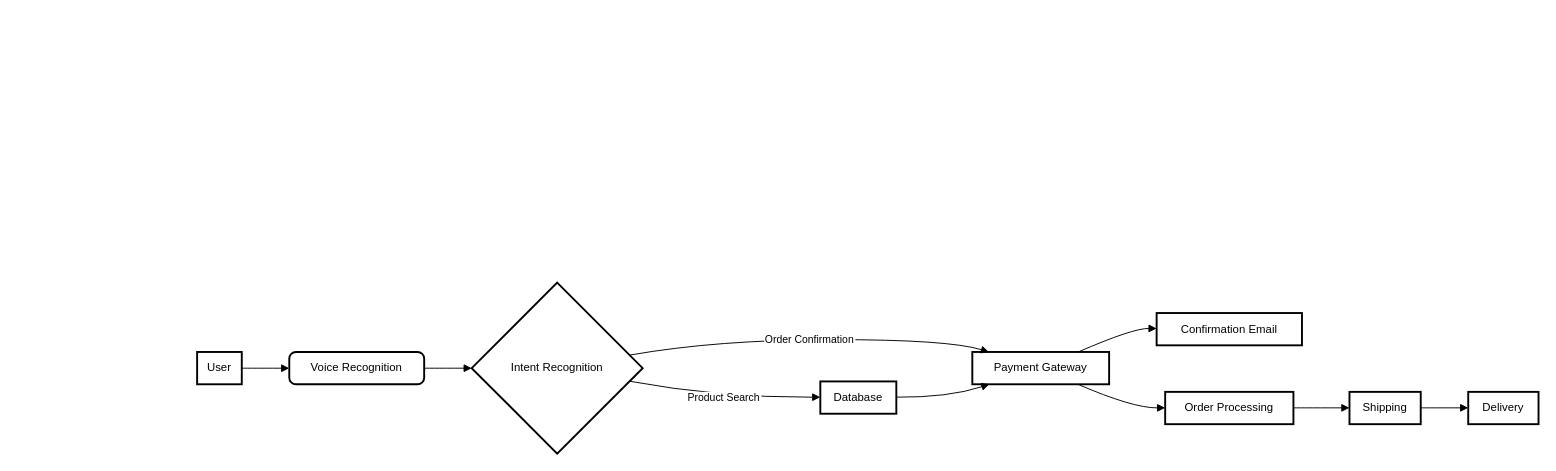
Above: Untitled Diagram.drawio in shpatrickguo/side-projects (draw.io), before the change. Source tidied: cells renumbered, new cells numbered last; positions are measured from the earlier drawing's top-left corner, leaving out a move shared by most shapes. Both pictures are drawn from the tidied source at 95%, with x=0, y=0 at pixel (197, 282).
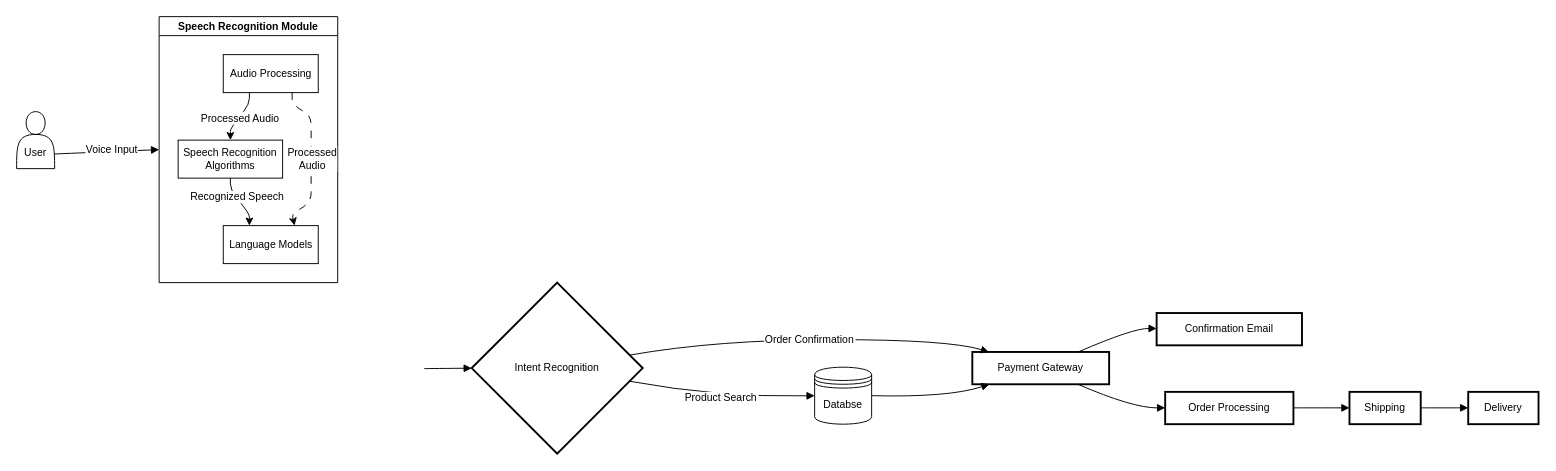
Above is the later version.

Change to the diagram source:
```diff
@@
-    <mxCell id="2" value="User" style="whiteSpace=wrap;strokeWidth=2;" parent="1" vertex="1">
-      <mxGeometry y="73" width="47" height="34" as="geometry" />
-    </mxCell>
-    <mxCell id="3" value="Voice Recognition" style="rounded=1;absoluteArcSize=1;arcSize=14;whiteSpace=wrap;strokeWidth=2;" parent="1" vertex="1">
-      <mxGeometry x="97" y="73" width="142" height="34" as="geometry" />
-    </mxCell>
-    <mxCell id="4" value="Intent Recognition" style="rhombus;strokeWidth=2;whiteSpace=wrap;" parent="1" vertex="1">
+    <mxCell id="4" value="Intent Recognition" style="rhombus;strokeWidth=2;whiteSpace=wrap;fontSize=11;" parent="1" vertex="1">
       <mxGeometry x="289" width="180" height="180" as="geometry" />
     </mxCell>
-    <mxCell id="5" value="Database" style="whiteSpace=wrap;strokeWidth=2;" parent="1" vertex="1">
-      <mxGeometry x="656" y="104" width="80" height="34" as="geometry" />
-    </mxCell>
-    <mxCell id="6" value="Payment Gateway" style="whiteSpace=wrap;strokeWidth=2;" parent="1" vertex="1">
+    <mxCell id="6" value="Payment Gateway" style="whiteSpace=wrap;strokeWidth=2;fontSize=11;" parent="1" vertex="1">
       <mxGeometry x="816" y="73" width="144" height="34" as="geometry" />
     </mxCell>
-    <mxCell id="7" value="Confirmation Email" style="whiteSpace=wrap;strokeWidth=2;" parent="1" vertex="1">
+    <mxCell id="7" value="Confirmation Email" style="whiteSpace=wrap;strokeWidth=2;fontSize=11;" parent="1" vertex="1">
       <mxGeometry x="1010" y="32" width="153" height="34" as="geometry" />
     </mxCell>
-    <mxCell id="8" value="Order Processing" style="whiteSpace=wrap;strokeWidth=2;" parent="1" vertex="1">
+    <mxCell id="8" value="Order Processing" style="whiteSpace=wrap;strokeWidth=2;fontSize=11;" parent="1" vertex="1">
       <mxGeometry x="1019" y="115" width="135" height="34" as="geometry" />
     </mxCell>
-    <mxCell id="9" value="Shipping" style="whiteSpace=wrap;strokeWidth=2;" parent="1" vertex="1">
+    <mxCell id="9" value="Shipping" style="whiteSpace=wrap;strokeWidth=2;fontSize=11;" parent="1" vertex="1">
       <mxGeometry x="1213" y="115" width="75" height="34" as="geometry" />
     </mxCell>
-    <mxCell id="10" value="Delivery" style="whiteSpace=wrap;strokeWidth=2;" parent="1" vertex="1">
+    <mxCell id="10" value="Delivery" style="whiteSpace=wrap;strokeWidth=2;fontSize=11;" parent="1" vertex="1">
       <mxGeometry x="1338" y="115" width="74" height="34" as="geometry" />
     </mxCell>
-    <mxCell id="11" style="curved=1;startArrow=none;endArrow=block;exitX=1.0016622340425532;exitY=0.5020680147058824;entryX=0.0005501760563380282;entryY=0.5020680147058824;" parent="1" edge="1" source="2" target="3">
+    <mxCell id="11" style="curved=1;startArrow=none;endArrow=block;exitX=0.75;exitY=0.75;exitDx=0;exitDy=0;exitPerimeter=0;fontSize=11;entryX=0;entryY=0.5;entryDx=0;entryDy=0;" parent="1" edge="1" source="2" target="22">
       <mxGeometry relative="1" as="geometry" />
     </mxCell>
+    <mxCell id="20" value="Voice Input" style="edgeLabel;html=1;align=center;verticalAlign=middle;fontSize=11;" parent="11" vertex="1">
+      <mxGeometry x="0.3" y="4" relative="1" as="geometry">
+        <mxPoint x="-8" y="2" as="offset" />
+      </mxGeometry>
+    </mxCell>
-    <mxCell id="12" style="curved=1;startArrow=none;endArrow=block;exitX=1.0002200704225352;exitY=0.5020680147058824;entryX=0.00017361111111111112;entryY=0.500390625;" parent="1" edge="1" source="3" target="4">
-      <mxGeometry relative="1" as="geometry" />
+    <mxCell id="12" style="curved=1;startArrow=none;endArrow=block;exitX=1.0002200704225352;exitY=0.5020680147058824;entryX=0.00017361111111111112;entryY=0.500390625;fontSize=11;" parent="1" edge="1" target="4">
+      <mxGeometry relative="1" as="geometry">
+        <mxPoint x="239" y="90.5" as="sourcePoint" />
+      </mxGeometry>
     </mxCell>
-    <mxCell id="13" value="Product Search" style="curved=1;startArrow=none;endArrow=block;exitX=1.0009548611111112;exitY=0.590812759277581;entryX=-0.0005859375;entryY=0.4873621323529412;" parent="1" edge="1" source="4" target="5">
+    <mxCell id="13" value="Product Search" style="curved=1;startArrow=none;endArrow=block;exitX=1.0009548611111112;exitY=0.590812759277581;entryX=0;entryY=0.5;entryDx=0;entryDy=0;fontSize=11;" parent="1" edge="1" source="4" target="21">
       <mxGeometry relative="1" as="geometry">
         <Array as="points">
           <mxPoint x="548" y="121" />
         </Array>
       </mxGeometry>
     </mxCell>
-    <mxCell id="14" value="Order Confirmation" style="curved=1;startArrow=none;endArrow=block;exitX=1.0009548611111112;exitY=0.409968490722419;entryX=0.12864320959984038;entryY=0.00942095588235294;" parent="1" edge="1" source="4" target="6">
+    <mxCell id="14" value="Order Confirmation" style="curved=1;startArrow=none;endArrow=block;exitX=1.0009548611111112;exitY=0.409968490722419;entryX=0.12864320959984038;entryY=0.00942095588235294;fontSize=11;" parent="1" edge="1" source="4" target="6">
       <mxGeometry relative="1" as="geometry">
         <Array as="points">
           <mxPoint x="548" y="60" />
           <mxPoint x="791" y="60" />
         </Array>
       </mxGeometry>
     </mxCell>
-    <mxCell id="15" style="curved=1;startArrow=none;endArrow=block;exitX=1.00556640625;exitY=0.4873621323529412;entryX=0.12864320959984038;entryY=0.9947150735294118;" parent="1" edge="1" source="5" target="6">
+    <mxCell id="15" style="curved=1;startArrow=none;endArrow=block;exitX=1;exitY=0.5;entryX=0.12864320959984038;entryY=0.9947150735294118;exitDx=0;exitDy=0;fontSize=11;" parent="1" edge="1" source="21" target="6">
       <mxGeometry relative="1" as="geometry">
         <Array as="points">
           <mxPoint x="791" y="121" />
         </Array>
       </mxGeometry>
     </mxCell>
-    <mxCell id="16" style="curved=1;startArrow=none;endArrow=block;exitX=0.7688025641425484;exitY=0.00942095588235294;entryX=-0.0013786764705882354;entryY=0.48000919117647056;" parent="1" edge="1" source="6" target="7">
+    <mxCell id="16" style="curved=1;startArrow=none;endArrow=block;exitX=0.7688025641425484;exitY=0.00942095588235294;entryX=-0.0013786764705882354;entryY=0.48000919117647056;fontSize=11;" parent="1" edge="1" source="6" target="7">
       <mxGeometry relative="1" as="geometry">
         <Array as="points">
           <mxPoint x="985" y="48" />
         </Array>
       </mxGeometry>
     </mxCell>
-    <mxCell id="17" style="curved=1;startArrow=none;endArrow=block;exitX=0.7688025641425484;exitY=0.9947150735294118;entryX=-0.0005208333333333333;entryY=0.49471507352941174;" parent="1" edge="1" source="6" target="8">
+    <mxCell id="17" style="curved=1;startArrow=none;endArrow=block;exitX=0.7688025641425484;exitY=0.9947150735294118;entryX=-0.0005208333333333333;entryY=0.49471507352941174;fontSize=11;" parent="1" edge="1" source="6" target="8">
       <mxGeometry relative="1" as="geometry">
         <Array as="points">
           <mxPoint x="985" y="132" />
         </Array>
       </mxGeometry>
     </mxCell>
-    <mxCell id="18" style="curved=1;startArrow=none;endArrow=block;exitX=0.9964699074074074;exitY=0.49471507352941174;entryX=-0.004479166666666667;entryY=0.49471507352941174;" parent="1" edge="1" source="8" target="9">
+    <mxCell id="18" style="curved=1;startArrow=none;endArrow=block;exitX=0.9964699074074074;exitY=0.49471507352941174;entryX=-0.004479166666666667;entryY=0.49471507352941174;fontSize=11;" parent="1" edge="1" source="8" target="9">
       <mxGeometry relative="1" as="geometry" />
     </mxCell>
-    <mxCell id="19" style="curved=1;startArrow=none;endArrow=block;exitX=0.9977083333333333;exitY=0.49471507352941174;entryX=-0.0023226351351351353;entryY=0.49471507352941174;" parent="1" edge="1" source="9" target="10">
+    <mxCell id="19" style="curved=1;startArrow=none;endArrow=block;exitX=0.9977083333333333;exitY=0.49471507352941174;entryX=-0.0023226351351351353;entryY=0.49471507352941174;fontSize=11;" parent="1" edge="1" source="9" target="10">
       <mxGeometry relative="1" as="geometry" />
     </mxCell>
+    <mxCell id="21" value="Databse" style="shape=datastore;whiteSpace=wrap;html=1;fontSize=11;" parent="1" vertex="1">
+      <mxGeometry x="650" y="89" width="60" height="60" as="geometry" />
+    </mxCell>
+    <mxCell id="2" value="&lt;br style=&quot;font-size: 11px;&quot;&gt;&lt;br style=&quot;font-size: 11px;&quot;&gt;User" style="shape=actor;whiteSpace=wrap;html=1;fontSize=11;" parent="1" vertex="1">
+      <mxGeometry x="-190" y="-180" width="40" height="60" as="geometry" />
+    </mxCell>
+    <mxCell id="22" value="Speech Recognition Module" style="swimlane;startSize=20;horizontal=1;flowOrientation=north;interRankCellSpacing=50;containerType=tree;fontSize=11;rotation=0;rounded=0;direction=east;" parent="1" vertex="1">
+      <mxGeometry x="-40" y="-280" width="188" height="280" as="geometry" />
+    </mxCell>
+    <mxCell id="23" value="Audio Processing" style="whiteSpace=wrap;html=1;fontSize=11;" parent="22" vertex="1">
+      <mxGeometry x="67.5" y="40" width="100" height="40" as="geometry" />
+    </mxCell>
+    <mxCell id="24" value="&lt;font style=&quot;font-size: 11px;&quot;&gt;Speech Recognition Algorithms&lt;/font&gt;" style="whiteSpace=wrap;html=1;fontSize=11;" parent="22" vertex="1">
+      <mxGeometry x="20" y="130" width="110" height="40" as="geometry" />
+    </mxCell>
+    <mxCell id="25" style="html=1;rounded=1;curved=0;sourcePerimeterSpacing=0;targetPerimeterSpacing=0;startSize=6;endSize=6;noEdgeStyle=1;orthogonal=1;fontSize=11;" parent="22" edge="1" source="23" target="24">
+      <mxGeometry relative="1" as="geometry">
+        <Array as="points">
+          <mxPoint x="95" y="92" />
+          <mxPoint x="75" y="118" />
+        </Array>
+      </mxGeometry>
+    </mxCell>
+    <mxCell id="26" value="Processed Audio" style="edgeLabel;html=1;align=center;verticalAlign=middle;fontSize=11;" parent="25" vertex="1">
+      <mxGeometry x="0.06" y="1" relative="1" as="geometry" />
+    </mxCell>
+    <mxCell id="27" style="html=1;rounded=1;curved=0;sourcePerimeterSpacing=0;targetPerimeterSpacing=0;startSize=6;endSize=6;noEdgeStyle=1;orthogonal=1;fontSize=11;dashed=1;dashPattern=8 8;entryX=0.75;entryY=0;entryDx=0;entryDy=0;" parent="22" edge="1" source="23" target="29">
+      <mxGeometry relative="1" as="geometry">
+        <Array as="points">
+          <mxPoint x="140" y="92" />
+          <mxPoint x="160" y="105" />
+          <mxPoint x="160" y="195" />
+          <mxPoint x="140" y="208" />
+        </Array>
+      </mxGeometry>
+    </mxCell>
+    <mxCell id="28" value="Processed &lt;br style=&quot;font-size: 11px;&quot;&gt;Audio" style="edgeLabel;html=1;align=center;verticalAlign=middle;fontSize=11;" parent="27" vertex="1">
+      <mxGeometry x="-0.06" y="-4" relative="1" as="geometry">
+        <mxPoint x="4" y="4" as="offset" />
+      </mxGeometry>
+    </mxCell>
+    <mxCell id="29" value="Language Models" style="whiteSpace=wrap;html=1;fontSize=11;" parent="22" vertex="1">
+      <mxGeometry x="67.5" y="220" width="100" height="40" as="geometry" />
+    </mxCell>
+    <mxCell id="30" style="html=1;rounded=1;curved=0;sourcePerimeterSpacing=0;targetPerimeterSpacing=0;startSize=6;endSize=6;noEdgeStyle=1;orthogonal=1;fontSize=11;" parent="22" edge="1" source="24" target="29">
+      <mxGeometry relative="1" as="geometry">
+        <Array as="points">
+          <mxPoint x="75" y="182" />
+          <mxPoint x="95" y="208" />
+        </Array>
+      </mxGeometry>
+    </mxCell>
+    <mxCell id="31" value="Recognized Speech" style="edgeLabel;html=1;align=center;verticalAlign=middle;fontSize=11;" parent="30" vertex="1">
+      <mxGeometry x="-0.24" relative="1" as="geometry" />
+    </mxCell>
```
